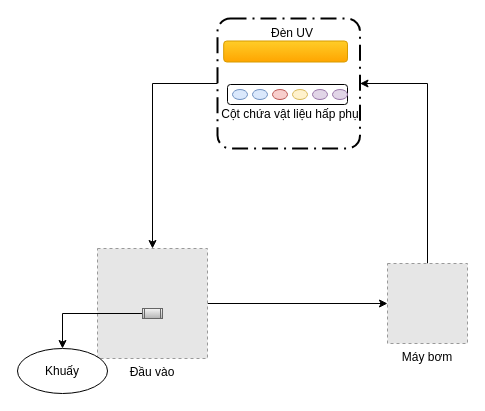
This is page "Page-2" (2 of 2) of so-do-draw/vk.drawio from letheanh12345/Draw-io, a draw.io file, before an edit. Source tidied: cells renumbered, new cells numbered last; positions are measured from the earlier drawing's top-left corner, leaving out a move shared by most shapes. Both pictures are drawn from the tidied source at 100%, with x=0, y=0 at pixel (17, 18). Pictures stored in the file or linked from it are replaced by grey dashed boxes.
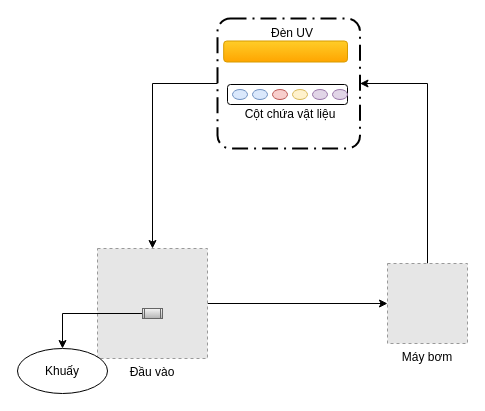
The same page after the edit.

What changed in the source:
```diff
@@
-    <mxCell id="14" value="Cột chứa vật liệu hấp phụ" style="text;html=1;strokeColor=none;fillColor=none;align=center;verticalAlign=middle;whiteSpace=wrap;rounded=0;" parent="1" vertex="1">
+    <mxCell id="14" value="Cột chứa vật liệu" style="text;html=1;strokeColor=none;fillColor=none;align=center;verticalAlign=middle;whiteSpace=wrap;rounded=0;" parent="1" vertex="1">
       <mxGeometry x="202.5" y="81" width="140" height="30" as="geometry" />
     </mxCell>
```
